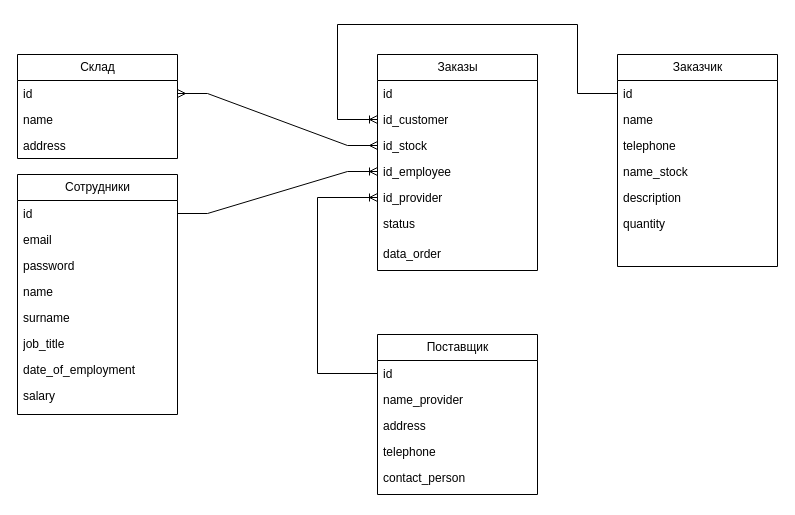
The draw.io diagram server/stock_react.drawio in Izike1/stock_react, before the edit. Source tidied: cells renumbered, new cells numbered last; positions are measured from the earlier drawing's top-left corner, leaving out a move shared by most shapes. Both pictures are drawn from the tidied source at 100%, with x=0, y=0 at pixel (17, 24).
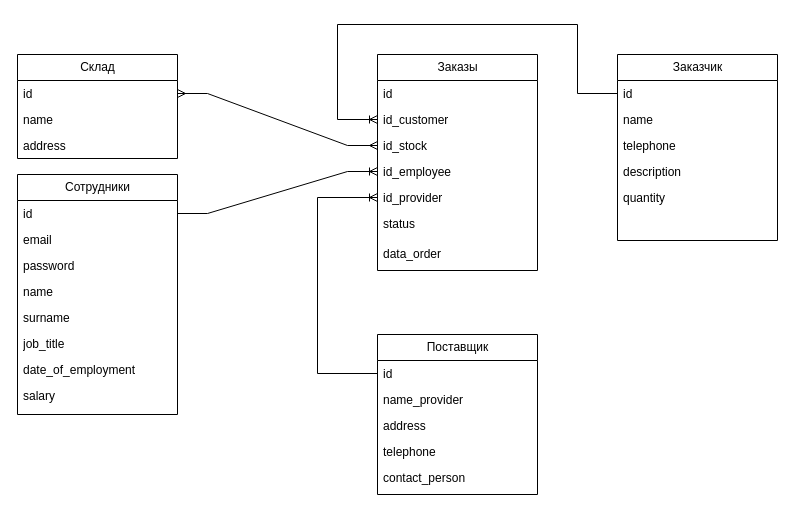
The same diagram, later.

Diff of the diagram source:
```diff
@@
     <mxCell id="11" value="Заказчик" style="swimlane;fontStyle=0;horizontal=1;startSize=26;fillColor=none;html=1;" parent="1" vertex="1">
-      <mxGeometry x="600" y="30" width="160" height="212" as="geometry" />
+      <mxGeometry x="600" y="30" width="160" height="186" as="geometry" />
     </mxCell>
@@
-    <mxCell id="15" value="name_stock" style="text;strokeColor=none;fillColor=none;align=left;verticalAlign=top;spacingLeft=4;spacingRight=4;overflow=hidden;whiteSpace=wrap;html=1;" parent="11" vertex="1">
-      <mxGeometry y="104" width="160" height="26" as="geometry" />
-    </mxCell>
     <mxCell id="16" value="description" style="text;strokeColor=none;fillColor=none;align=left;verticalAlign=top;spacingLeft=4;spacingRight=4;overflow=hidden;whiteSpace=wrap;html=1;" parent="11" vertex="1">
-      <mxGeometry y="130" width="160" height="26" as="geometry" />
+      <mxGeometry y="104" width="160" height="26" as="geometry" />
     </mxCell>
     <mxCell id="17" value="quantity" style="text;strokeColor=none;fillColor=none;align=left;verticalAlign=top;spacingLeft=4;spacingRight=4;overflow=hidden;whiteSpace=wrap;html=1;" parent="11" vertex="1">
-      <mxGeometry y="156" width="160" height="56" as="geometry" />
+      <mxGeometry y="130" width="160" height="56" as="geometry" />
     </mxCell>
```
